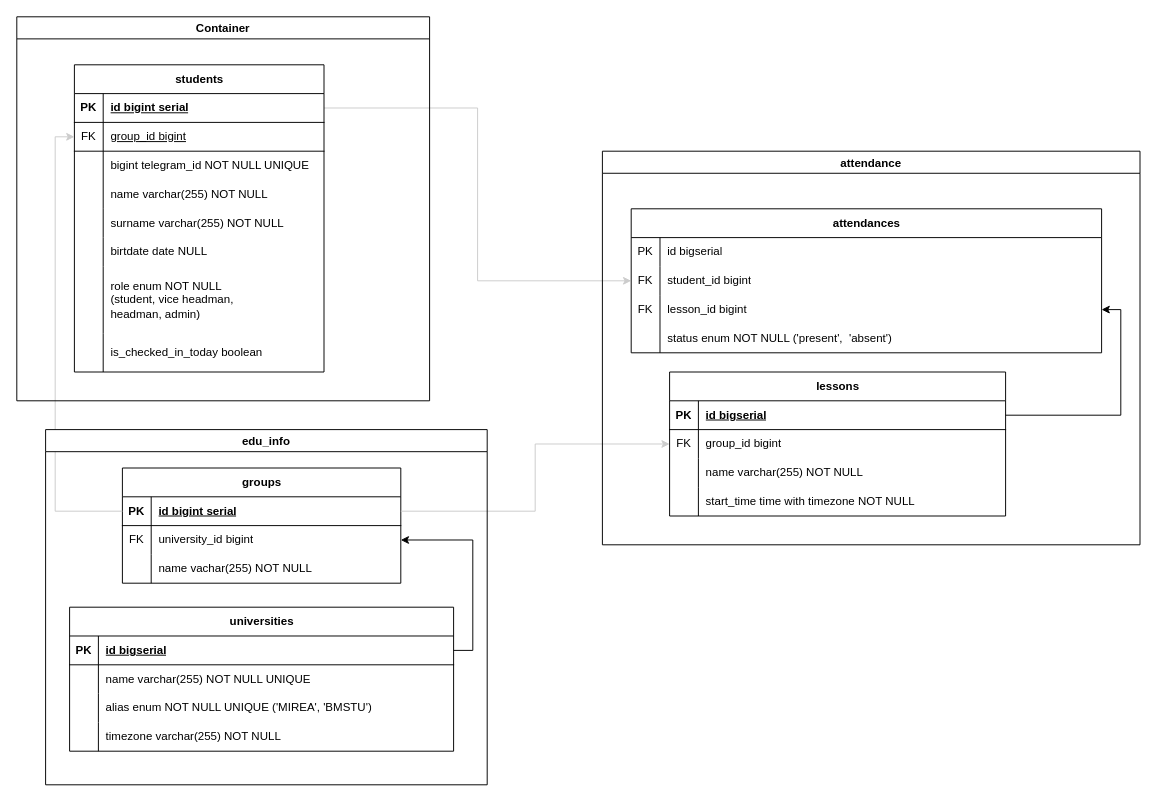
Before: docs/schemas/postgres.drawio in qiisqwww/HeadmanBot, a draw.io diagram. Source tidied: cells renumbered, new cells numbered last; positions are measured from the earlier drawing's top-left corner, leaving out a move shared by most shapes. Both pictures are drawn from the tidied source at 96%, with x=0, y=0 at pixel (-243, 16).
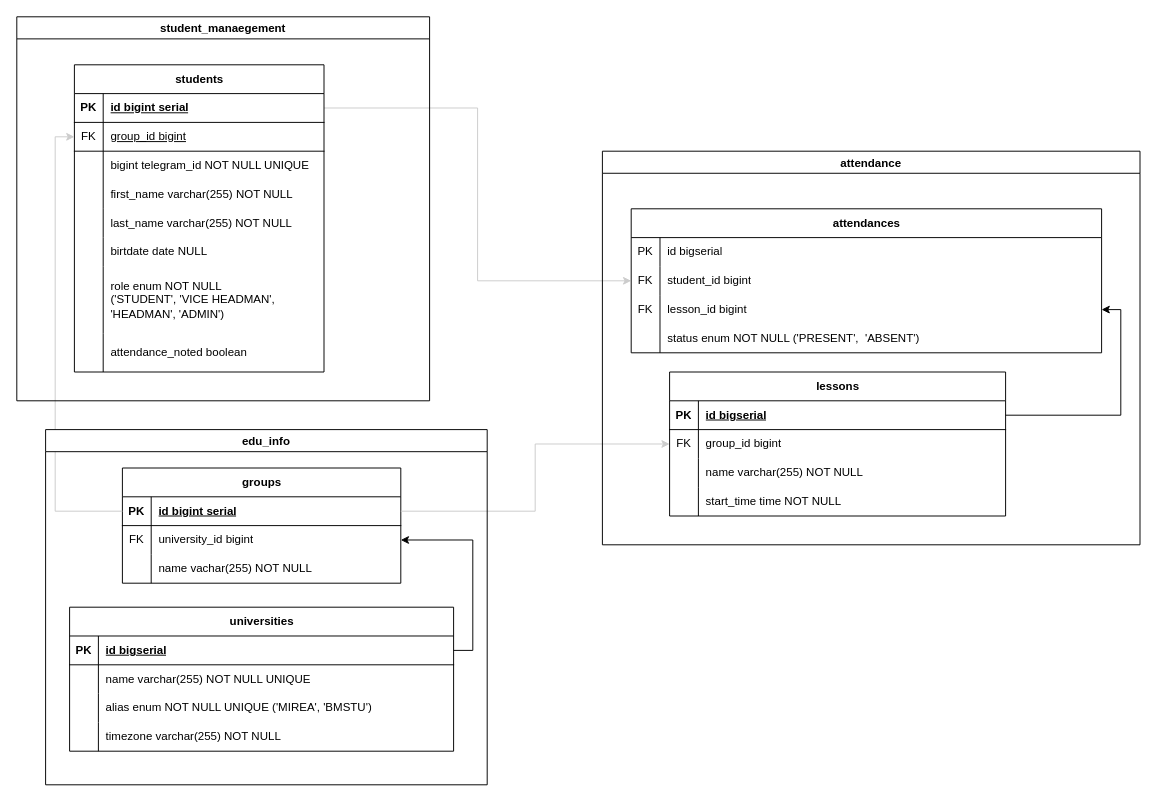
After the change.

Commit message:
refactor: update postgres schema

Unchanged cells that the change refers to:
```xml
<mxCell id="17" style="shape=tableRow;horizontal=0;startSize=0;swimlaneHead=0;swimlaneBody=0;fillColor=none;top=0;left=0;right=0;bottom=0;" parent="7" vertex="1">
  <mxGeometry y="120" width="350" height="30" as="geometry" />
</mxCell>
<mxCell id="30" style="shape=tableRow;horizontal=0;startSize=0;swimlaneHead=0;swimlaneBody=0;fillColor=none;top=0;left=0;right=0;bottom=0;" parent="20" vertex="1">
  <mxGeometry y="120" width="490" height="30" as="geometry" />
</mxCell>
<mxCell id="53" style="shape=tableRow;horizontal=0;startSize=0;swimlaneHead=0;swimlaneBody=0;fillColor=none;top=0;left=0;right=0;bottom=0;" parent="43" vertex="1">
  <mxGeometry y="120" width="260" height="30" as="geometry" />
</mxCell>
<mxCell id="56" style="shape=tableRow;horizontal=0;startSize=0;swimlaneHead=0;swimlaneBody=0;fillColor=none;top=0;left=0;right=0;bottom=0;" parent="43" vertex="1">
  <mxGeometry y="150" width="260" height="30" as="geometry" />
</mxCell>
<mxCell id="62" style="shape=tableRow;horizontal=0;startSize=0;swimlaneHead=0;swimlaneBody=0;fillColor=none;top=0;left=0;right=0;bottom=0;" parent="43" vertex="1">
  <mxGeometry y="210" width="260" height="70" as="geometry" />
</mxCell>
<mxCell id="65" style="shape=tableRow;horizontal=0;startSize=0;swimlaneHead=0;swimlaneBody=0;fillColor=none;top=0;left=0;right=0;bottom=0;" parent="43" vertex="1">
  <mxGeometry y="280" width="260" height="40" as="geometry" />
</mxCell>
```

The edit, as a diff of the source:
```diff
@@
-    <mxCell id="19" value="start_time time with timezone NOT NULL" style="shape=partialRectangle;fillColor=none;top=0;left=0;bottom=0;right=0;align=left;spacingLeft=6;overflow=hidden;whiteSpace=wrap;html=1;" parent="17" vertex="1">
+    <mxCell id="19" value="start_time time NOT NULL" style="shape=partialRectangle;fillColor=none;top=0;left=0;bottom=0;right=0;align=left;spacingLeft=6;overflow=hidden;whiteSpace=wrap;html=1;" parent="17" vertex="1">
       <mxGeometry x="30" width="320" height="30" as="geometry" />
     </mxCell>
@@
-    <mxCell id="32" value="status enum NOT NULL ('present',&amp;nbsp; 'absent')" style="shape=partialRectangle;fillColor=none;top=0;left=0;bottom=0;right=0;align=left;spacingLeft=6;overflow=hidden;whiteSpace=wrap;html=1;" parent="30" vertex="1">
+    <mxCell id="32" value="status enum NOT NULL ('PRESENT',&amp;nbsp; 'ABSENT')" style="shape=partialRectangle;fillColor=none;top=0;left=0;bottom=0;right=0;align=left;spacingLeft=6;overflow=hidden;whiteSpace=wrap;html=1;" parent="30" vertex="1">
       <mxGeometry x="30" width="460" height="30" as="geometry" />
     </mxCell>
@@
-    <mxCell id="55" value="name varchar(255) NOT NULL" style="shape=partialRectangle;fillColor=none;top=0;left=0;bottom=0;right=0;align=left;spacingLeft=6;overflow=hidden;whiteSpace=wrap;html=1;" parent="53" vertex="1">
+    <mxCell id="55" value="first_name varchar(255) NOT NULL" style="shape=partialRectangle;fillColor=none;top=0;left=0;bottom=0;right=0;align=left;spacingLeft=6;overflow=hidden;whiteSpace=wrap;html=1;" parent="53" vertex="1">
       <mxGeometry x="30" width="230" height="30" as="geometry" />
     </mxCell>
@@
-    <mxCell id="58" value="surname varchar(255) NOT NULL" style="shape=partialRectangle;fillColor=none;top=0;left=0;bottom=0;right=0;align=left;spacingLeft=6;overflow=hidden;whiteSpace=wrap;html=1;" parent="56" vertex="1">
+    <mxCell id="58" value="last_name varchar(255) NOT NULL" style="shape=partialRectangle;fillColor=none;top=0;left=0;bottom=0;right=0;align=left;spacingLeft=6;overflow=hidden;whiteSpace=wrap;html=1;" parent="56" vertex="1">
       <mxGeometry x="30" width="230" height="30" as="geometry" />
     </mxCell>
@@
-    <mxCell id="64" value="role enum NOT NULL&lt;br&gt;(student, vice headman, &lt;br&gt;headman, admin)" style="shape=partialRectangle;fillColor=none;top=0;left=0;bottom=0;right=0;align=left;spacingLeft=6;overflow=hidden;whiteSpace=wrap;html=1;" parent="62" vertex="1">
+    <mxCell id="64" value="role enum NOT NULL&lt;br&gt;('STUDENT', 'VICE HEADMAN', &lt;br&gt;'HEADMAN', 'ADMIN')" style="shape=partialRectangle;fillColor=none;top=0;left=0;bottom=0;right=0;align=left;spacingLeft=6;overflow=hidden;whiteSpace=wrap;html=1;" parent="62" vertex="1">
       <mxGeometry x="30" width="230" height="70" as="geometry" />
     </mxCell>
@@
-    <mxCell id="67" value="is_checked_in_today boolean" style="shape=partialRectangle;fillColor=none;top=0;left=0;bottom=0;right=0;align=left;spacingLeft=6;overflow=hidden;whiteSpace=wrap;html=1;" parent="65" vertex="1">
+    <mxCell id="67" value="attendance_noted boolean" style="shape=partialRectangle;fillColor=none;top=0;left=0;bottom=0;right=0;align=left;spacingLeft=6;overflow=hidden;whiteSpace=wrap;html=1;" parent="65" vertex="1">
       <mxGeometry x="30" width="230" height="40" as="geometry" />
     </mxCell>
@@
-    <mxCell id="87" value="Container" style="swimlane;" parent="1" vertex="1">
+    <mxCell id="87" value="student_manaegement" style="swimlane;" parent="1" vertex="1">
       <mxGeometry x="270" width="430" height="400" as="geometry" />
     </mxCell>
```
